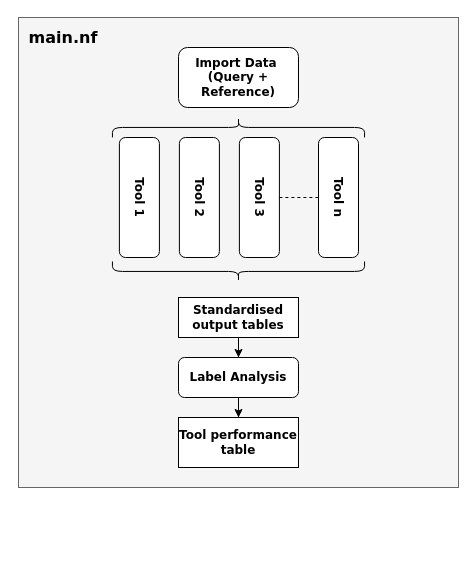
Before: control_pipeline.drawio in ebi-gene-expression-group/cell-types-control-workflow, a draw.io diagram. Source tidied: cells renumbered, new cells numbered last; positions are measured from the earlier drawing's top-left corner, leaving out a move shared by most shapes. Both pictures are drawn from the tidied source at 100%, with x=0, y=0 at pixel (18, 1).
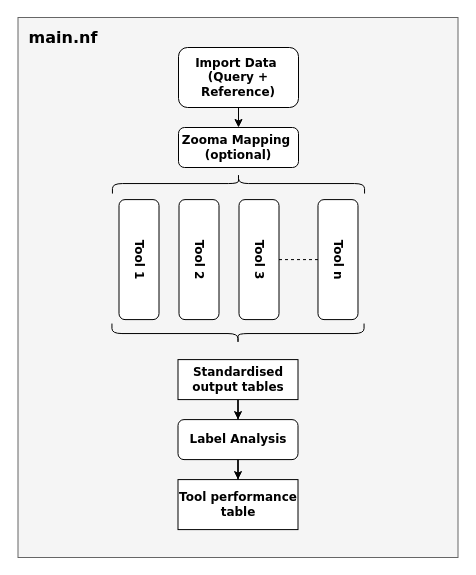
The same diagram, later.

The edit, as a diff of the source:
```diff
@@
 <mxGraphModel>
   <root>
     <mxCell id="0" />
     <mxCell id="1" parent="0" />
     <mxCell id="2" style="rounded=0;whiteSpace=wrap;html=1;fillColor=#f5f5f5;strokeColor=#666666;fontColor=#333333;" parent="1" vertex="1">
-      <mxGeometry y="16" width="440" height="470" as="geometry" />
+      <mxGeometry x="-0.5" y="16" width="440" height="540" as="geometry" />
     </mxCell>
     <mxCell id="3" value="&lt;font face=&quot;Verdana&quot;&gt;&lt;b&gt;Import Data&amp;nbsp;&lt;br&gt;(Query + Reference)&lt;/b&gt;&lt;/font&gt;" style="rounded=1;whiteSpace=wrap;html=1;" parent="1" vertex="1">
       <mxGeometry x="160" y="46" width="120" height="60" as="geometry" />
     </mxCell>
     <mxCell id="4" value="&lt;font face=&quot;Verdana&quot;&gt;&lt;b&gt;Tool 1&lt;/b&gt;&lt;/font&gt;" style="rounded=1;whiteSpace=wrap;html=1;rotation=90;align=center;" parent="1" vertex="1">
-      <mxGeometry x="60.9" y="176" width="120" height="40" as="geometry" />
+      <mxGeometry x="60.5" y="238.1" width="120" height="40" as="geometry" />
     </mxCell>
     <mxCell id="5" value="&lt;font face=&quot;Verdana&quot;&gt;&lt;b&gt;Tool 2&lt;/b&gt;&lt;/font&gt;" style="rounded=1;whiteSpace=wrap;html=1;rotation=90;" parent="1" vertex="1">
-      <mxGeometry x="120.9" y="176" width="120" height="40" as="geometry" />
+      <mxGeometry x="120.5" y="238.1" width="120" height="40" as="geometry" />
     </mxCell>
     <mxCell id="6" value="&lt;font face=&quot;Verdana&quot;&gt;&lt;b&gt;Tool 3&lt;/b&gt;&lt;/font&gt;" style="rounded=1;whiteSpace=wrap;html=1;rotation=90;" parent="1" vertex="1">
-      <mxGeometry x="180.9" y="176" width="120" height="40" as="geometry" />
+      <mxGeometry x="180.5" y="238.1" width="120" height="40" as="geometry" />
     </mxCell>
     <mxCell id="7" value="&lt;font face=&quot;Verdana&quot;&gt;&lt;b&gt;Tool n&lt;/b&gt;&lt;/font&gt;" style="rounded=1;whiteSpace=wrap;html=1;rotation=90;" parent="1" vertex="1">
-      <mxGeometry x="260" y="176" width="120" height="40" as="geometry" />
+      <mxGeometry x="259.5" y="238.1" width="120" height="40" as="geometry" />
     </mxCell>
     <mxCell id="8" style="edgeStyle=orthogonalEdgeStyle;rounded=0;jettySize=auto;html=1;exitX=0.5;exitY=1;exitDx=0;exitDy=0;" parent="1" edge="1" source="13" target="12">
       <mxGeometry relative="1" as="geometry" />
     </mxCell>
     <mxCell id="9" style="shape=curlyBracket;whiteSpace=wrap;html=1;rounded=1;rotation=90;" parent="1" vertex="1">
-      <mxGeometry x="210" y="-0.1" width="20" height="252.1" as="geometry" />
+      <mxGeometry x="210" y="56" width="20" height="252.1" as="geometry" />
     </mxCell>
     <mxCell id="10" style="endArrow=none;dashed=1;html=1;exitX=0.5;exitY=0;exitDx=0;exitDy=0;entryX=0.5;entryY=1;entryDx=0;entryDy=0;" parent="1" edge="1" source="6" target="7">
       <mxGeometry relative="1" as="geometry" />
     </mxCell>
     <mxCell id="11" style="edgeStyle=orthogonalEdgeStyle;rounded=0;jettySize=auto;html=1;" parent="1" edge="1" source="12" target="14">
       <mxGeometry relative="1" as="geometry" />
     </mxCell>
     <mxCell id="12" value="&lt;font face=&quot;Verdana&quot;&gt;&lt;b&gt;Label Analysis&lt;/b&gt;&lt;/font&gt;" style="rounded=1;whiteSpace=wrap;html=1;" parent="1" vertex="1">
-      <mxGeometry x="160" y="356" width="120" height="40" as="geometry" />
+      <mxGeometry x="159.5" y="418.1" width="120" height="40" as="geometry" />
     </mxCell>
     <mxCell id="13" value="&lt;font face=&quot;Verdana&quot;&gt;&lt;b&gt;Standardised output tables&lt;/b&gt;&lt;/font&gt;" style="rounded=0;whiteSpace=wrap;html=1;" parent="1" vertex="1">
-      <mxGeometry x="160" y="296" width="120" height="40" as="geometry" />
+      <mxGeometry x="159.5" y="358.1" width="120" height="40" as="geometry" />
     </mxCell>
     <mxCell id="14" value="&lt;font face=&quot;Verdana&quot;&gt;&lt;b&gt;Tool performance table&lt;/b&gt;&lt;/font&gt;" style="rounded=0;whiteSpace=wrap;html=1;" parent="1" vertex="1">
-      <mxGeometry x="160" y="416" width="120" height="50" as="geometry" />
+      <mxGeometry x="159.5" y="478.1" width="120" height="50" as="geometry" />
     </mxCell>
     <mxCell id="15" value="&lt;font face=&quot;Verdana&quot; size=&quot;1&quot;&gt;&lt;b style=&quot;font-size: 16px&quot;&gt;main.nf&lt;/b&gt;&lt;/font&gt;" style="text;html=1;strokeColor=none;fillColor=none;align=center;verticalAlign=middle;whiteSpace=wrap;rounded=0;" parent="1" vertex="1">
       <mxGeometry y="16" width="90" height="40" as="geometry" />
     </mxCell>
     <mxCell id="16" style="shape=curlyBracket;whiteSpace=wrap;html=1;rounded=1;rotation=-90;" parent="1" vertex="1">
-      <mxGeometry x="210" y="143.9" width="20" height="252.1" as="geometry" />
+      <mxGeometry x="209.5" y="206" width="20" height="252.1" as="geometry" />
     </mxCell>
+    <mxCell id="17" value="&lt;font face=&quot;Verdana&quot;&gt;&lt;b&gt;Zooma Mapping&amp;nbsp;&lt;br&gt;(optional)&lt;/b&gt;&lt;/font&gt;" style="rounded=1;whiteSpace=wrap;html=1;" parent="1" vertex="1">
+      <mxGeometry x="160" y="126" width="120" height="40" as="geometry" />
+    </mxCell>
+    <mxCell id="18" style="endArrow=classic;html=1;exitX=0.5;exitY=1;exitDx=0;exitDy=0;entryX=0.5;entryY=0;entryDx=0;entryDy=0;" parent="1" edge="1" source="3" target="17">
+      <mxGeometry relative="1" as="geometry" />
+    </mxCell>
   </root>
 </mxGraphModel>
```
